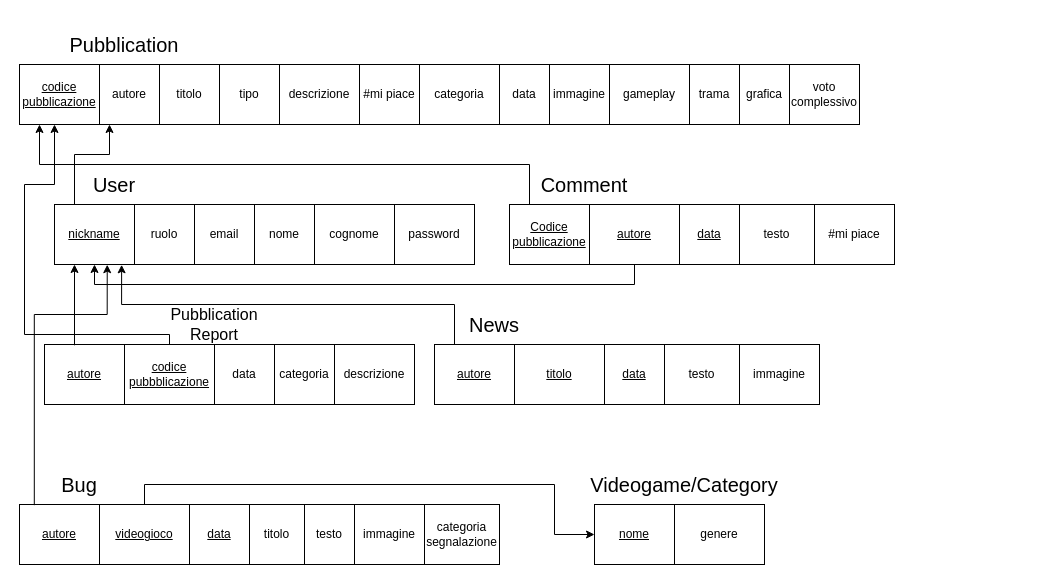
Earlier version of the draw.io diagram SDD/Schema E-R/ModelloRelazionale.drawio (StraGame/StraGame). Source tidied: cells renumbered, new cells numbered last; positions are measured from the earlier drawing's top-left corner, leaving out a move shared by most shapes. Both pictures are drawn from the tidied source at 100%, with x=0, y=0 at pixel (19, 34).
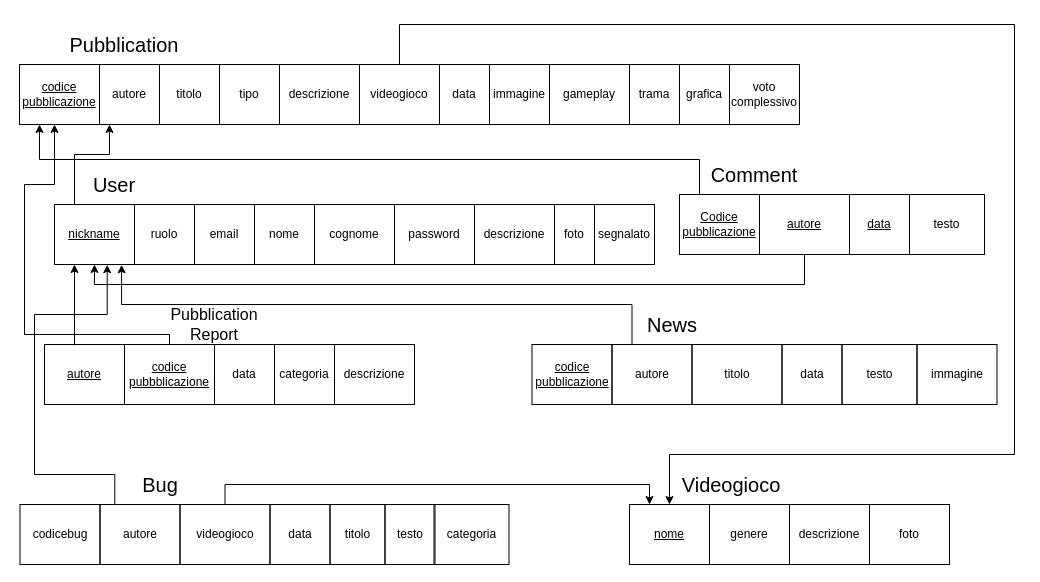
The same page after the edit.

The change refers to these unchanged cells:
```xml
<mxCell id="16" value="nickname" style="rounded=0;whiteSpace=wrap;html=1;fillColor=none;fontStyle=4;" parent="1" vertex="1">
  <mxGeometry x="35" y="170" width="80" height="60" as="geometry" />
</mxCell>
```

Change to the diagram source:
```diff
@@
-    <mxCell id="7" value="#mi piace" style="rounded=0;whiteSpace=wrap;html=1;fillColor=none;" parent="1" vertex="1">
-      <mxGeometry x="340" y="30" width="60" height="60" as="geometry" />
-    </mxCell>
+    <mxCell id="60" style="edgeStyle=orthogonalEdgeStyle;rounded=0;jettySize=auto;html=1;entryX=0.5;entryY=0;entryDx=0;entryDy=0;" parent="1" edge="1" source="8" target="55">
+      <mxGeometry relative="1" as="geometry">
+        <Array as="points">
+          <mxPoint x="380" y="-10" />
+          <mxPoint x="995" y="-10" />
+          <mxPoint x="995" y="420" />
+          <mxPoint x="650" y="420" />
+        </Array>
+      </mxGeometry>
+    </mxCell>
-    <mxCell id="8" value="categoria" style="rounded=0;whiteSpace=wrap;html=1;fillColor=none;" parent="1" vertex="1">
-      <mxGeometry x="400" y="30" width="80" height="60" as="geometry" />
+    <mxCell id="8" value="videogioco" style="rounded=0;whiteSpace=wrap;html=1;fillColor=none;" parent="1" vertex="1">
+      <mxGeometry x="340" y="30" width="80" height="60" as="geometry" />
     </mxCell>
     <mxCell id="9" value="data" style="rounded=0;whiteSpace=wrap;html=1;fillColor=none;" parent="1" vertex="1">
-      <mxGeometry x="480" y="30" width="50" height="60" as="geometry" />
+      <mxGeometry x="420" y="30" width="50" height="60" as="geometry" />
     </mxCell>
     <mxCell id="10" value="immagine" style="rounded=0;whiteSpace=wrap;html=1;fillColor=none;" parent="1" vertex="1">
-      <mxGeometry x="530" y="30" width="60" height="60" as="geometry" />
+      <mxGeometry x="470" y="30" width="60" height="60" as="geometry" />
     </mxCell>
     <mxCell id="11" value="gameplay" style="rounded=0;whiteSpace=wrap;html=1;fillColor=none;" parent="1" vertex="1">
-      <mxGeometry x="590" y="30" width="80" height="60" as="geometry" />
+      <mxGeometry x="530" y="30" width="80" height="60" as="geometry" />
     </mxCell>
     <mxCell id="12" value="trama" style="rounded=0;whiteSpace=wrap;html=1;fillColor=none;" parent="1" vertex="1">
-      <mxGeometry x="670" y="30" width="50" height="60" as="geometry" />
+      <mxGeometry x="610" y="30" width="50" height="60" as="geometry" />
     </mxCell>
     <mxCell id="13" value="grafica" style="rounded=0;whiteSpace=wrap;html=1;fillColor=none;" parent="1" vertex="1">
-      <mxGeometry x="720" y="30" width="50" height="60" as="geometry" />
+      <mxGeometry x="660" y="30" width="50" height="60" as="geometry" />
     </mxCell>
     <mxCell id="14" value="voto complessivo" style="rounded=0;whiteSpace=wrap;html=1;fillColor=none;" parent="1" vertex="1">
-      <mxGeometry x="770" y="30" width="70" height="60" as="geometry" />
+      <mxGeometry x="710" y="30" width="70" height="60" as="geometry" />
     </mxCell>
@@
     <mxCell id="32" style="edgeStyle=orthogonalEdgeStyle;rounded=0;jettySize=auto;html=1;exitX=0.185;exitY=0.011;exitDx=0;exitDy=0;entryX=0.659;entryY=1.003;entryDx=0;entryDy=0;entryPerimeter=0;fontSize=20;exitPerimeter=0;" parent="1" edge="1" source="33" target="16">
       <mxGeometry relative="1" as="geometry">
         <Array as="points">
+          <mxPoint x="95" y="440" />
+          <mxPoint x="15" y="440" />
           <mxPoint x="15" y="280" />
           <mxPoint x="88" y="280" />
         </Array>
       </mxGeometry>
     </mxCell>
-    <mxCell id="33" value="autore" style="rounded=0;whiteSpace=wrap;html=1;fillColor=none;fontStyle=4;" parent="1" vertex="1">
-      <mxGeometry y="470" width="80" height="60" as="geometry" />
+    <mxCell id="33" value="autore" style="rounded=0;whiteSpace=wrap;html=1;fillColor=none;fontStyle=0;" parent="1" vertex="1">
+      <mxGeometry x="80.5" y="470" width="80" height="60" as="geometry" />
     </mxCell>
-    <mxCell id="34" style="edgeStyle=orthogonalEdgeStyle;rounded=0;jettySize=auto;html=1;exitX=0.5;exitY=0;exitDx=0;exitDy=0;entryX=0;entryY=0.5;entryDx=0;entryDy=0;fontSize=20;" parent="1" edge="1" source="35" target="55">
-      <mxGeometry relative="1" as="geometry">
-        <Array as="points">
-          <mxPoint x="125" y="450" />
-          <mxPoint x="535" y="450" />
-          <mxPoint x="535" y="500" />
-        </Array>
-      </mxGeometry>
+    <mxCell id="34" style="edgeStyle=orthogonalEdgeStyle;rounded=0;jettySize=auto;html=1;exitX=0.5;exitY=0;exitDx=0;exitDy=0;entryX=0.25;entryY=0;entryDx=0;entryDy=0;" parent="1" edge="1" source="35" target="55">
+      <mxGeometry relative="1" as="geometry" />
     </mxCell>
-    <mxCell id="35" value="videogioco" style="rounded=0;whiteSpace=wrap;html=1;fillColor=none;fontStyle=4;" parent="1" vertex="1">
-      <mxGeometry x="80" y="470" width="90" height="60" as="geometry" />
+    <mxCell id="35" value="videogioco" style="rounded=0;whiteSpace=wrap;html=1;fillColor=none;fontStyle=0;" parent="1" vertex="1">
+      <mxGeometry x="160.5" y="470" width="90" height="60" as="geometry" />
     </mxCell>
-    <mxCell id="36" value="data" style="rounded=0;whiteSpace=wrap;html=1;fillColor=none;fontStyle=4;" parent="1" vertex="1">
-      <mxGeometry x="170" y="470" width="60" height="60" as="geometry" />
+    <mxCell id="36" value="data" style="rounded=0;whiteSpace=wrap;html=1;fillColor=none;fontStyle=0;" parent="1" vertex="1">
+      <mxGeometry x="250.5" y="470" width="60" height="60" as="geometry" />
     </mxCell>
-    <mxCell id="37" value="categoria segnalazione" style="rounded=0;whiteSpace=wrap;html=1;fillColor=none;" parent="1" vertex="1">
-      <mxGeometry x="405" y="470" width="75" height="60" as="geometry" />
+    <mxCell id="37" value="categoria" style="rounded=0;whiteSpace=wrap;html=1;fillColor=none;" parent="1" vertex="1">
+      <mxGeometry x="414.5" y="470" width="75" height="60" as="geometry" />
     </mxCell>
     <mxCell id="38" value="testo" style="rounded=0;whiteSpace=wrap;html=1;fillColor=none;" parent="1" vertex="1">
-      <mxGeometry x="285" y="470" width="50" height="60" as="geometry" />
+      <mxGeometry x="365.5" y="470" width="50" height="60" as="geometry" />
     </mxCell>
     <mxCell id="39" value="Bug" style="text;html=1;strokeColor=none;fillColor=none;align=center;verticalAlign=middle;whiteSpace=wrap;rounded=0;fontSize=20;" parent="1" vertex="1">
-      <mxGeometry x="40" y="440" width="40" height="20" as="geometry" />
+      <mxGeometry x="120.5" y="440" width="40" height="20" as="geometry" />
     </mxCell>
@@
     <mxCell id="41" value="Codice pubblicazione" style="rounded=0;whiteSpace=wrap;html=1;fillColor=none;fontStyle=4;" parent="1" vertex="1">
-      <mxGeometry x="490" y="170" width="80" height="60" as="geometry" />
+      <mxGeometry x="660" y="160" width="80" height="60" as="geometry" />
     </mxCell>
@@
     <mxCell id="43" value="autore" style="rounded=0;whiteSpace=wrap;html=1;fillColor=none;fontStyle=4;" parent="1" vertex="1">
-      <mxGeometry x="570" y="170" width="90" height="60" as="geometry" />
+      <mxGeometry x="740" y="160" width="90" height="60" as="geometry" />
     </mxCell>
     <mxCell id="44" value="data" style="rounded=0;whiteSpace=wrap;html=1;fillColor=none;fontStyle=4;" parent="1" vertex="1">
-      <mxGeometry x="660" y="170" width="60" height="60" as="geometry" />
+      <mxGeometry x="830" y="160" width="60" height="60" as="geometry" />
     </mxCell>
     <mxCell id="45" value="testo" style="rounded=0;whiteSpace=wrap;html=1;fillColor=none;" parent="1" vertex="1">
-      <mxGeometry x="720" y="170" width="75" height="60" as="geometry" />
+      <mxGeometry x="890" y="160" width="75" height="60" as="geometry" />
     </mxCell>
-    <mxCell id="46" value="#mi piace" style="rounded=0;whiteSpace=wrap;html=1;fillColor=none;" parent="1" vertex="1">
-      <mxGeometry x="795" y="170" width="80" height="60" as="geometry" />
-    </mxCell>
     <mxCell id="47" value="Comment" style="text;html=1;strokeColor=none;fillColor=none;align=center;verticalAlign=middle;whiteSpace=wrap;rounded=0;fontSize=20;" parent="1" vertex="1">
-      <mxGeometry x="545" y="140" width="40" height="20" as="geometry" />
+      <mxGeometry x="715" y="130" width="40" height="20" as="geometry" />
     </mxCell>
@@
-    <mxCell id="49" value="autore" style="rounded=0;whiteSpace=wrap;html=1;fillColor=none;fontStyle=4;" parent="1" vertex="1">
-      <mxGeometry x="415" y="310" width="80" height="60" as="geometry" />
+    <mxCell id="49" value="autore" style="rounded=0;whiteSpace=wrap;html=1;fillColor=none;fontStyle=0;" parent="1" vertex="1">
+      <mxGeometry x="592.5" y="310" width="80" height="60" as="geometry" />
     </mxCell>
-    <mxCell id="50" value="titolo" style="rounded=0;whiteSpace=wrap;html=1;fillColor=none;fontStyle=4;" parent="1" vertex="1">
-      <mxGeometry x="495" y="310" width="90" height="60" as="geometry" />
+    <mxCell id="50" value="titolo" style="rounded=0;whiteSpace=wrap;html=1;fillColor=none;fontStyle=0;" parent="1" vertex="1">
+      <mxGeometry x="672.5" y="310" width="90" height="60" as="geometry" />
     </mxCell>
-    <mxCell id="51" value="data" style="rounded=0;whiteSpace=wrap;html=1;fillColor=none;fontStyle=4;" parent="1" vertex="1">
-      <mxGeometry x="585" y="310" width="60" height="60" as="geometry" />
+    <mxCell id="51" value="data" style="rounded=0;whiteSpace=wrap;html=1;fillColor=none;fontStyle=0;" parent="1" vertex="1">
+      <mxGeometry x="762.5" y="310" width="60" height="60" as="geometry" />
     </mxCell>
     <mxCell id="52" value="testo" style="rounded=0;whiteSpace=wrap;html=1;fillColor=none;" parent="1" vertex="1">
-      <mxGeometry x="645" y="310" width="75" height="60" as="geometry" />
+      <mxGeometry x="822.5" y="310" width="75" height="60" as="geometry" />
     </mxCell>
     <mxCell id="53" value="immagine" style="rounded=0;whiteSpace=wrap;html=1;fillColor=none;" parent="1" vertex="1">
-      <mxGeometry x="720" y="310" width="80" height="60" as="geometry" />
+      <mxGeometry x="897.5" y="310" width="80" height="60" as="geometry" />
     </mxCell>
     <mxCell id="54" value="News" style="text;html=1;strokeColor=none;fillColor=none;align=center;verticalAlign=middle;whiteSpace=wrap;rounded=0;fontSize=20;" parent="1" vertex="1">
-      <mxGeometry x="455" y="280" width="40" height="20" as="geometry" />
+      <mxGeometry x="632.5" y="280" width="40" height="20" as="geometry" />
     </mxCell>
     <mxCell id="55" value="nome" style="rounded=0;whiteSpace=wrap;html=1;fillColor=none;fontStyle=4;" parent="1" vertex="1">
-      <mxGeometry x="575" y="470" width="80" height="60" as="geometry" />
+      <mxGeometry x="610" y="470" width="80" height="60" as="geometry" />
     </mxCell>
     <mxCell id="56" value="genere" style="rounded=0;whiteSpace=wrap;html=1;fillColor=none;" parent="1" vertex="1">
-      <mxGeometry x="655" y="470" width="90" height="60" as="geometry" />
+      <mxGeometry x="690" y="470" width="80" height="60" as="geometry" />
     </mxCell>
-    <mxCell id="57" value="Videogame/Category" style="text;html=1;strokeColor=none;fillColor=none;align=center;verticalAlign=middle;whiteSpace=wrap;rounded=0;fontSize=20;" parent="1" vertex="1">
-      <mxGeometry x="645" y="440" width="40" height="20" as="geometry" />
+    <mxCell id="57" value="Videogioco&lt;br&gt;" style="text;html=1;strokeColor=none;fillColor=none;align=center;verticalAlign=middle;whiteSpace=wrap;rounded=0;fontSize=20;" parent="1" vertex="1">
+      <mxGeometry x="692" y="440" width="40" height="20" as="geometry" />
     </mxCell>
     <mxCell id="58" value="titolo" style="rounded=0;whiteSpace=wrap;html=1;fillColor=none;" parent="1" vertex="1">
-      <mxGeometry x="230" y="470" width="55" height="60" as="geometry" />
+      <mxGeometry x="310.5" y="470" width="55" height="60" as="geometry" />
     </mxCell>
-    <mxCell id="59" value="immagine" style="rounded=0;whiteSpace=wrap;html=1;fillColor=none;" parent="1" vertex="1">
-      <mxGeometry x="335" y="470" width="70" height="60" as="geometry" />
-    </mxCell>
+    <mxCell id="61" value="descrizione" style="rounded=0;whiteSpace=wrap;html=1;fillColor=none;" parent="1" vertex="1">
+      <mxGeometry x="770" y="470" width="80" height="60" as="geometry" />
+    </mxCell>
+    <mxCell id="62" value="foto" style="rounded=0;whiteSpace=wrap;html=1;fillColor=none;" parent="1" vertex="1">
+      <mxGeometry x="850" y="470" width="80" height="60" as="geometry" />
+    </mxCell>
+    <mxCell id="63" value="descrizione" style="rounded=0;whiteSpace=wrap;html=1;fillColor=none;" parent="1" vertex="1">
+      <mxGeometry x="455" y="170" width="80" height="60" as="geometry" />
+    </mxCell>
+    <mxCell id="64" value="foto" style="rounded=0;whiteSpace=wrap;html=1;fillColor=none;" parent="1" vertex="1">
+      <mxGeometry x="535" y="170" width="40" height="60" as="geometry" />
+    </mxCell>
+    <mxCell id="65" value="segnalato" style="rounded=0;whiteSpace=wrap;html=1;fillColor=none;" parent="1" vertex="1">
+      <mxGeometry x="575" y="170" width="60" height="60" as="geometry" />
+    </mxCell>
+    <mxCell id="66" value="codice pubblicazione" style="rounded=0;whiteSpace=wrap;html=1;fillColor=none;fontStyle=4;" parent="1" vertex="1">
+      <mxGeometry x="512.5" y="310" width="80" height="60" as="geometry" />
+    </mxCell>
+    <mxCell id="67" value="codicebug" style="rounded=0;whiteSpace=wrap;html=1;fillColor=none;" parent="1" vertex="1">
+      <mxGeometry x="0.5" y="470" width="80" height="60" as="geometry" />
+    </mxCell>
```
